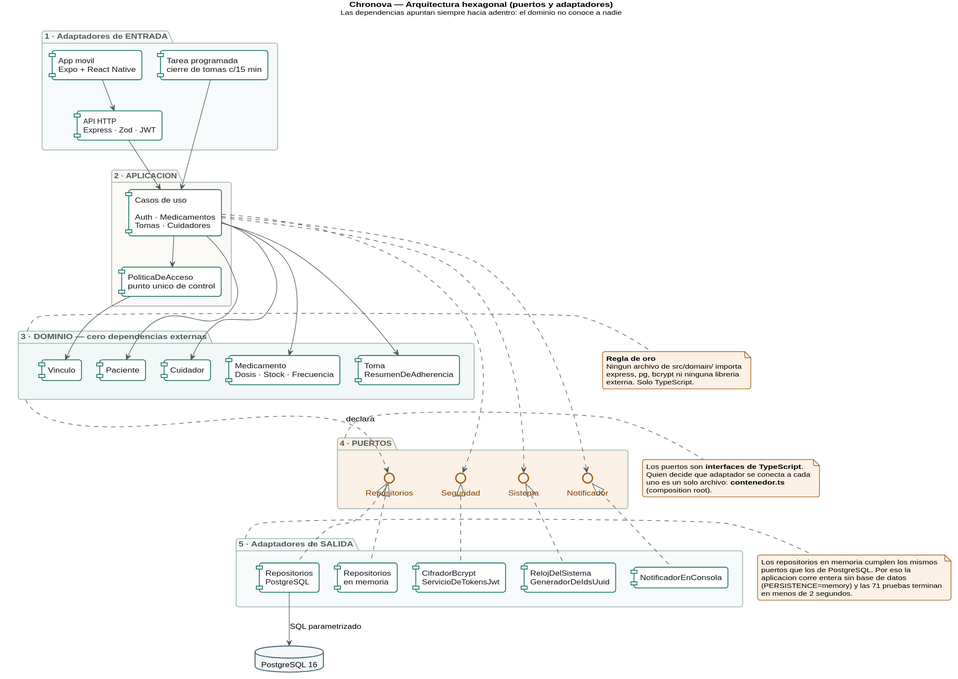
EmmanuelC06/Chronova keeps this PlantUML diagram as docs/diagramas/07-componentes-hexagonal.svg. Above is the earlier version. Its diagram source:
```plantuml
@startuml componentes-hexagonal

skinparam backgroundColor #FFFFFF
skinparam shadowing false
skinparam defaultFontName Helvetica
skinparam defaultFontSize 12
skinparam roundcorner 8
skinparam nodesep 30
skinparam ranksep 50

skinparam component {
  BorderColor #0E6E62
  BackgroundColor #FFFFFF
  FontColor #101817
  BorderThickness 1.3
}
skinparam interface {
  BorderColor #A0530A
  BackgroundColor #FBF1E6
  FontColor #7A3F06
}
skinparam package {
  BorderColor #A9BAB7
  BackgroundColor #FCFDFD
  FontColor #4E5C59
  FontStyle bold
}
skinparam note {
  BorderColor #A0530A
  BackgroundColor #FBF1E6
  FontSize 11
}
skinparam ArrowColor #4E5C59
skinparam database {
  BorderColor #40606E
  BackgroundColor #F4F8FA
}

title <b>Chronova — Arquitectura hexagonal (puertos y adaptadores)</b>\n<size:11>Las dependencias apuntan siempre hacia adentro: el dominio no conoce a nadie</size>

package "1 · Adaptadores de ENTRADA" as ENT #F7FAFB {
  component "App movil\nExpo + React Native" as APP
  component "Tarea programada\ncierre de tomas c/15 min" as CRON
  component "API HTTP\nExpress · Zod · JWT" as HTTP
}

package "2 · APLICACION" as APL #FBF9F5 {
  component "Casos de uso\n\nAuth · Medicamentos\nTomas · Cuidadores" as UC
  component "PoliticaDeAcceso\npunto unico de control" as POL
}

package "3 · DOMINIO — cero dependencias externas" as DOM #F2F8F7 {
  component "Paciente" as E1
  component "Cuidador" as E2
  component "Medicamento\nDosis · Stock · Frecuencia" as E3
  component "Toma\nResumenDeAdherencia" as E4
  component "Vinculo" as E5
}

package "4 · PUERTOS" as PUE #FBF1E6 {
  interface "Repositorios" as IREPO
  interface "Seguridad" as ISEG
  interface "Sistema" as ISIS
  interface "Notificador" as INOT
}

package "5 · Adaptadores de SALIDA" as SAL #F7FAFB {
  component "Repositorios\nPostgreSQL" as A1
  component "Repositorios\nen memoria" as A2
  component "CifradorBcrypt\nServicioDeTokensJwt" as A3
  component "RelojDelSistema\nGeneradorDeIdsUuid" as A4
  component "NotificadorEnConsola" as A5
}

database "PostgreSQL 16" as DB

APP --> HTTP
CRON --> UC
HTTP --> UC

UC --> E1
UC --> E2
UC --> E3
UC --> E4
UC --> POL
POL --> E5

DOM ..> IREPO : declara
UC ..> ISEG
UC ..> ISIS
UC ..> INOT

IREPO <|.. A1
IREPO <|.. A2
ISEG <|.. A3
ISIS <|.. A4
INOT <|.. A5

A1 --> DB : SQL parametrizado

note right of DOM
  <b>Regla de oro</b>
  Ningun archivo de src/domain/ importa
  express, pg, bcrypt ni ninguna libreria
  externa. Solo TypeScript.
end note

note right of PUE
  Los puertos son <b>interfaces de TypeScript</b>.
  Quien decide que adaptador se conecta a cada
  uno es un solo archivo: <b>contenedor.ts</b>
  (composition root).
end note

note right of SAL
  Los repositorios en memoria cumplen los mismos
  puertos que los de PostgreSQL. Por eso la
  aplicacion corre entera sin base de datos
  (PERSISTENCE=memory) y las 71 pruebas terminan
  en menos de 2 segundos.
end note

@enduml
```
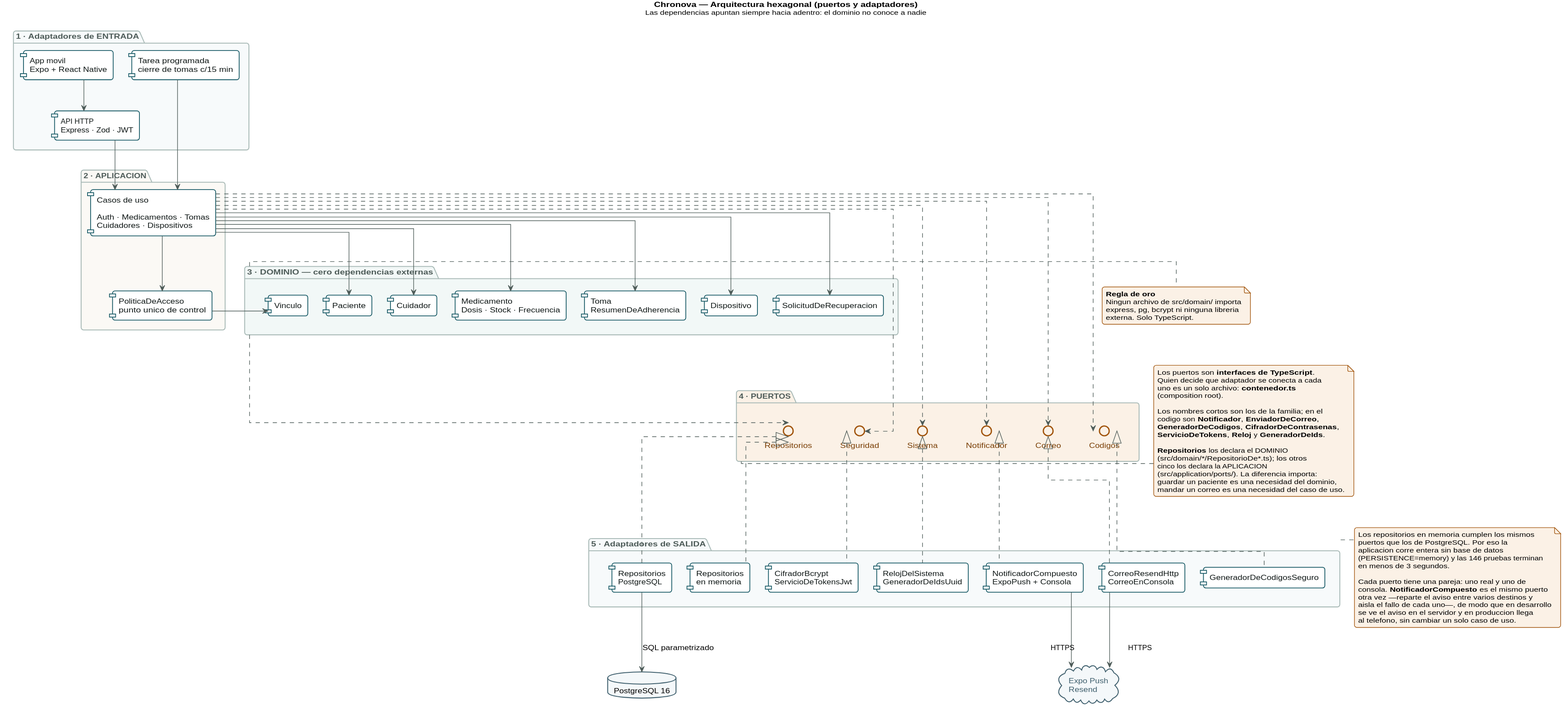
Later version of the same file.

The edit, as a diff of the source:
```diff
@@ -1,4 +1,4 @@
-@startuml componentes-hexagonal
+@startuml 07-componentes-hexagonal
 
 skinparam backgroundColor #FFFFFF
 skinparam shadowing false
@@ -7,9 +7,10 @@
 skinparam roundcorner 8
 skinparam nodesep 30
 skinparam ranksep 50
+skinparam linetype ortho
 
 skinparam component {
-  BorderColor #0E6E62
+  BorderColor #185A66
   BackgroundColor #FFFFFF
   FontColor #101817
   BorderThickness 1.3
@@ -35,6 +36,11 @@
   BorderColor #40606E
   BackgroundColor #F4F8FA
 }
+skinparam cloud {
+  BorderColor #40606E
+  BackgroundColor #F4F8FA
+  FontColor #40606E
+}
 
 title <b>Chronova — Arquitectura hexagonal (puertos y adaptadores)</b>\n<size:11>Las dependencias apuntan siempre hacia adentro: el dominio no conoce a nadie</size>
 
@@ -45,7 +51,7 @@
 }
 
 package "2 · APLICACION" as APL #FBF9F5 {
-  component "Casos de uso\n\nAuth · Medicamentos\nTomas · Cuidadores" as UC
+  component "Casos de uso\n\nAuth · Medicamentos · Tomas\nCuidadores · Dispositivos" as UC
   component "PoliticaDeAcceso\npunto unico de control" as POL
 }
 
@@ -55,6 +61,8 @@
   component "Medicamento\nDosis · Stock · Frecuencia" as E3
   component "Toma\nResumenDeAdherencia" as E4
   component "Vinculo" as E5
+  component "Dispositivo" as E6
+  component "SolicitudDeRecuperacion" as E7
 }
 
 package "4 · PUERTOS" as PUE #FBF1E6 {
@@ -62,6 +70,8 @@
   interface "Seguridad" as ISEG
   interface "Sistema" as ISIS
   interface "Notificador" as INOT
+  interface "Correo" as ICOR
+  interface "Codigos" as ICOD
 }
 
 package "5 · Adaptadores de SALIDA" as SAL #F7FAFB {
@@ -69,10 +79,13 @@
   component "Repositorios\nen memoria" as A2
   component "CifradorBcrypt\nServicioDeTokensJwt" as A3
   component "RelojDelSistema\nGeneradorDeIdsUuid" as A4
-  component "NotificadorEnConsola" as A5
+  component "NotificadorCompuesto\nExpoPush + Consola" as A5
+  component "CorreoResendHttp\nCorreoEnConsola" as A6
+  component "GeneradorDeCodigosSeguro" as A7
 }
 
 database "PostgreSQL 16" as DB
+cloud "Expo Push\nResend" as NUBE
 
 APP --> HTTP
 CRON --> UC
@@ -82,21 +95,29 @@
 UC --> E2
 UC --> E3
 UC --> E4
+UC --> E6
+UC --> E7
 UC --> POL
 POL --> E5
 
-DOM ..> IREPO : declara
+DOM ..> IREPO
 UC ..> ISEG
 UC ..> ISIS
 UC ..> INOT
+UC ..> ICOR
+UC ..> ICOD
 
 IREPO <|.. A1
 IREPO <|.. A2
 ISEG <|.. A3
 ISIS <|.. A4
 INOT <|.. A5
+ICOR <|.. A6
+ICOD <|.. A7
 
 A1 --> DB : SQL parametrizado
+A5 --> NUBE : HTTPS
+A6 --> NUBE : HTTPS
 
 note right of DOM
   <b>Regla de oro</b>
@@ -110,14 +131,33 @@
   Quien decide que adaptador se conecta a cada
   uno es un solo archivo: <b>contenedor.ts</b>
   (composition root).
+
+  Los nombres cortos son los de la familia; en el
+  codigo son <b>Notificador</b>, <b>EnviadorDeCorreo</b>,
+  <b>GeneradorDeCodigos</b>, <b>CifradorDeContrasenas</b>,
+  <b>ServicioDeTokens</b>, <b>Reloj</b> y <b>GeneradorDeIds</b>.
+
+  <b>Repositorios</b> los declara el DOMINIO
+  (src/domain/*/RepositorioDe*.ts); los otros
+  cinco los declara la APLICACION
+  (src/application/ports/). La diferencia importa:
+  guardar un paciente es una necesidad del dominio,
+  mandar un correo es una necesidad del caso de uso.
 end note
 
 note right of SAL
   Los repositorios en memoria cumplen los mismos
   puertos que los de PostgreSQL. Por eso la
   aplicacion corre entera sin base de datos
-  (PERSISTENCE=memory) y las 71 pruebas terminan
-  en menos de 2 segundos.
+  (PERSISTENCE=memory) y las 146 pruebas terminan
+  en menos de 3 segundos.
+
+  Cada puerto tiene una pareja: uno real y uno de
+  consola. <b>NotificadorCompuesto</b> es el mismo puerto
+  otra vez —reparte el aviso entre varios destinos y
+  aisla el fallo de cada uno—, de modo que en desarrollo
+  se ve el aviso en el servidor y en produccion llega
+  al telefono, sin cambiar un solo caso de uso.
 end note
 
 @enduml
```
